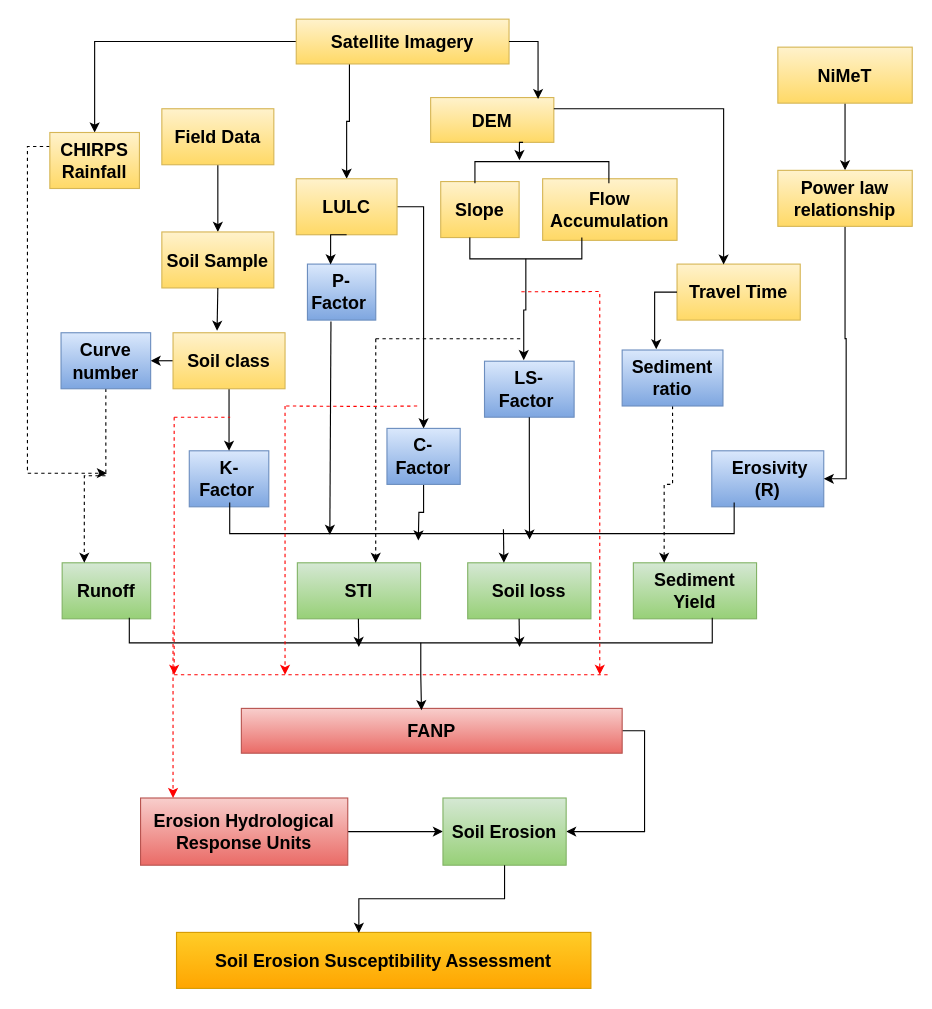
yemioke/PRISMA2020 keeps this draw.io diagram as objective 1.drawio. Above is the earlier version. Source tidied: cells renumbered, new cells numbered last; positions are measured from the earlier drawing's top-left corner, leaving out a move shared by most shapes. Both pictures are drawn from the tidied source at 112%, with x=0, y=0 at pixel (27, 19).
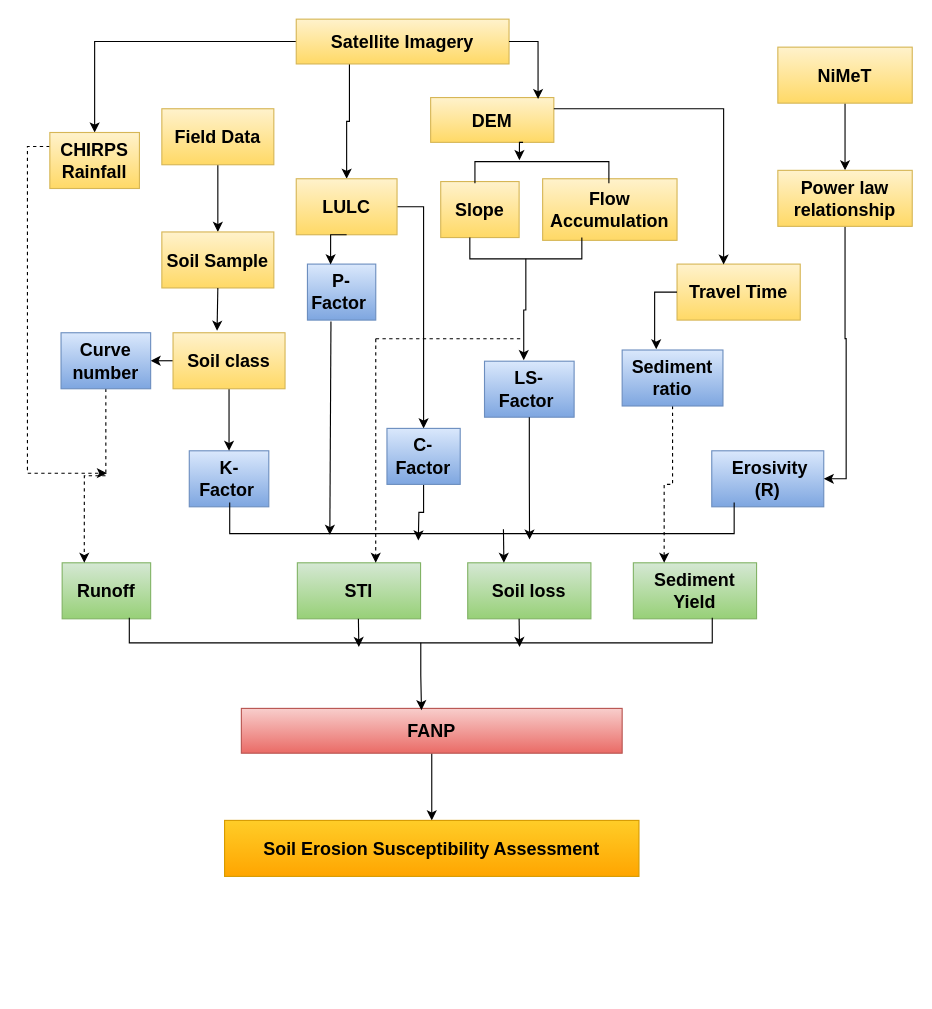
The same page after the edit.

The change refers to these unchanged cells:
```xml
<mxCell id="19" value="&lt;b&gt;&lt;font style=&quot;font-size: 16px;&quot;&gt;FANP&lt;/font&gt;&lt;/b&gt;" style="rounded=0;whiteSpace=wrap;html=1;fillColor=#f8cecc;gradientColor=#ea6b66;strokeColor=#b85450;" parent="1" vertex="1">
  <mxGeometry x="191" y="615" width="340" height="40" as="geometry" />
</mxCell>
```

The edit, as a diff of the source:
```diff
@@
-    <mxCell id="6" style="edgeStyle=orthogonalEdgeStyle;rounded=0;jettySize=auto;html=1;exitX=1;exitY=0.5;exitDx=0;exitDy=0;" parent="1" edge="1" source="7" target="20">
-      <mxGeometry relative="1" as="geometry" />
-    </mxCell>
-    <mxCell id="7" value="&lt;b&gt;&lt;font style=&quot;font-size: 16px;&quot;&gt;Erosion Hydrological Response Units&lt;/font&gt;&lt;/b&gt;" style="rounded=0;whiteSpace=wrap;html=1;fillColor=#f8cecc;gradientColor=#ea6b66;strokeColor=#b85450;" parent="1" vertex="1">
-      <mxGeometry x="101" y="695" width="185" height="60" as="geometry" />
-    </mxCell>
@@
-    <mxCell id="18" style="edgeStyle=orthogonalEdgeStyle;rounded=0;jettySize=auto;html=1;exitX=1;exitY=0.5;exitDx=0;exitDy=0;entryX=1;entryY=0.5;entryDx=0;entryDy=0;" parent="1" edge="1" source="19" target="20">
-      <mxGeometry relative="1" as="geometry" />
-    </mxCell>
+    <mxCell id="71" style="edgeStyle=orthogonalEdgeStyle;rounded=0;jettySize=auto;html=1;exitX=0.5;exitY=1;exitDx=0;exitDy=0;entryX=0.5;entryY=0;entryDx=0;entryDy=0;" parent="1" edge="1" source="19" target="21">
+      <mxGeometry relative="1" as="geometry" />
+    </mxCell>
@@
-    <mxCell id="20" value="&lt;b&gt;&lt;font style=&quot;font-size: 16px;&quot;&gt;Soil Erosion&lt;/font&gt;&lt;/b&gt;" style="rounded=0;whiteSpace=wrap;html=1;fillColor=#d5e8d4;gradientColor=#97d077;strokeColor=#82b366;" parent="1" vertex="1">
-      <mxGeometry x="371" y="695" width="110" height="60" as="geometry" />
-    </mxCell>
     <mxCell id="21" value="&lt;b&gt;&lt;font style=&quot;font-size: 16px;&quot;&gt;Soil Erosion Susceptibility Assessment&lt;/font&gt;&lt;/b&gt;" style="rounded=0;whiteSpace=wrap;html=1;fillColor=#ffcd28;strokeColor=#d79b00;gradientColor=#ffa500;" parent="1" vertex="1">
-      <mxGeometry x="133.1" y="815" width="370" height="50" as="geometry" />
+      <mxGeometry x="176" y="715" width="370" height="50" as="geometry" />
     </mxCell>
@@
-    <mxCell id="54" style="endArrow=none;html=1;rounded=0;dashed=1;strokeColor=#FF0000;strokeWidth=1;" parent="1" edge="1">
-      <mxGeometry relative="1" as="geometry">
-        <mxPoint x="131" y="585" as="sourcePoint" />
-        <mxPoint x="521" y="585" as="targetPoint" />
-      </mxGeometry>
-    </mxCell>
@@
-    <mxCell id="59" style="endArrow=none;html=1;rounded=0;dashed=1;strokeWidth=1;strokeColor=#FF0000;" parent="1" edge="1">
-      <mxGeometry relative="1" as="geometry">
-        <mxPoint x="131" y="355" as="sourcePoint" />
-        <mxPoint x="181" y="355" as="targetPoint" />
-      </mxGeometry>
-    </mxCell>
-    <mxCell id="60" style="endArrow=classic;html=1;rounded=0;dashed=1;strokeColor=#FF0000;strokeWidth=1;" parent="1" edge="1">
-      <mxGeometry relative="1" as="geometry">
-        <mxPoint x="131" y="355" as="sourcePoint" />
-        <mxPoint x="131" y="585" as="targetPoint" />
-      </mxGeometry>
-    </mxCell>
-    <mxCell id="61" style="endArrow=classic;html=1;rounded=0;dashed=1;strokeColor=#FF0000;strokeWidth=1;" parent="1" edge="1">
-      <mxGeometry relative="1" as="geometry">
-        <mxPoint x="130" y="545.5" as="sourcePoint" />
-        <mxPoint x="130" y="695" as="targetPoint" />
-      </mxGeometry>
-    </mxCell>
-    <mxCell id="62" style="edgeStyle=orthogonalEdgeStyle;rounded=0;jettySize=auto;html=1;exitX=0.5;exitY=1;exitDx=0;exitDy=0;entryX=0.44;entryY=0.009;entryDx=0;entryDy=0;entryPerimeter=0;" parent="1" edge="1" source="20" target="21">
-      <mxGeometry relative="1" as="geometry" />
-    </mxCell>
@@
-    <mxCell id="64" style="endArrow=none;html=1;rounded=0;dashed=1;strokeWidth=1;strokeColor=#FF0000;" parent="1" edge="1">
-      <mxGeometry relative="1" as="geometry">
-        <mxPoint x="231" y="345" as="sourcePoint" />
-        <mxPoint x="350" y="345" as="targetPoint" />
-        <Array as="points">
-          <mxPoint x="300" y="345.4" />
-        </Array>
-      </mxGeometry>
-    </mxCell>
-    <mxCell id="65" style="endArrow=classic;html=1;rounded=0;dashed=1;strokeColor=#FF0000;strokeWidth=1;" parent="1" edge="1">
-      <mxGeometry relative="1" as="geometry">
-        <mxPoint x="230" y="345" as="sourcePoint" />
-        <mxPoint x="230" y="585" as="targetPoint" />
-      </mxGeometry>
-    </mxCell>
-    <mxCell id="66" style="endArrow=classic;html=1;rounded=0;dashed=1;strokeColor=#FF0000;strokeWidth=1;" parent="1" edge="1">
-      <mxGeometry relative="1" as="geometry">
-        <mxPoint x="511" y="245" as="sourcePoint" />
-        <mxPoint x="511" y="585" as="targetPoint" />
-      </mxGeometry>
-    </mxCell>
-    <mxCell id="67" style="endArrow=none;html=1;rounded=0;dashed=1;strokeWidth=1;strokeColor=#FF0000;" parent="1" edge="1">
-      <mxGeometry relative="1" as="geometry">
-        <mxPoint x="441" y="243" as="sourcePoint" />
-        <mxPoint x="510" y="242.8" as="targetPoint" />
-      </mxGeometry>
-    </mxCell>
```
